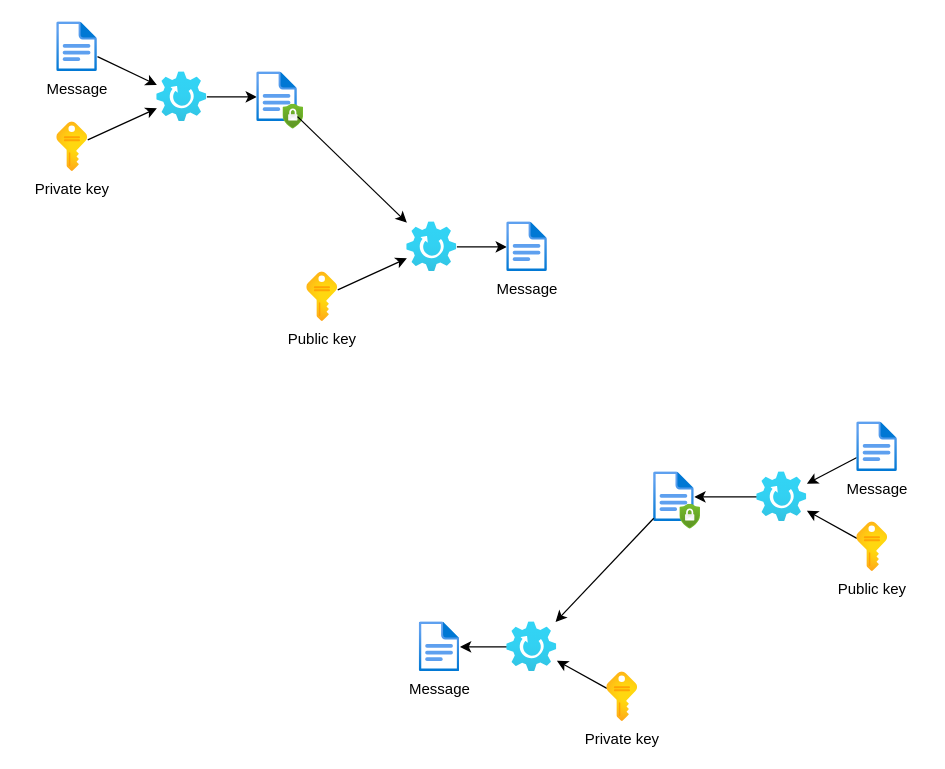
pawel-worwag/certificates keeps this draw.io diagram as page "KeyUsage" (2 of 3) of doc/Diagram bez tytułu.drawio. Above is the earlier version. Source tidied: cells renumbered, new cells numbered last; positions are measured from the earlier drawing's top-left corner, leaving out a move shared by most shapes. Both pictures are drawn from the tidied source at 125%, with x=0, y=0 at pixel (56, 21).
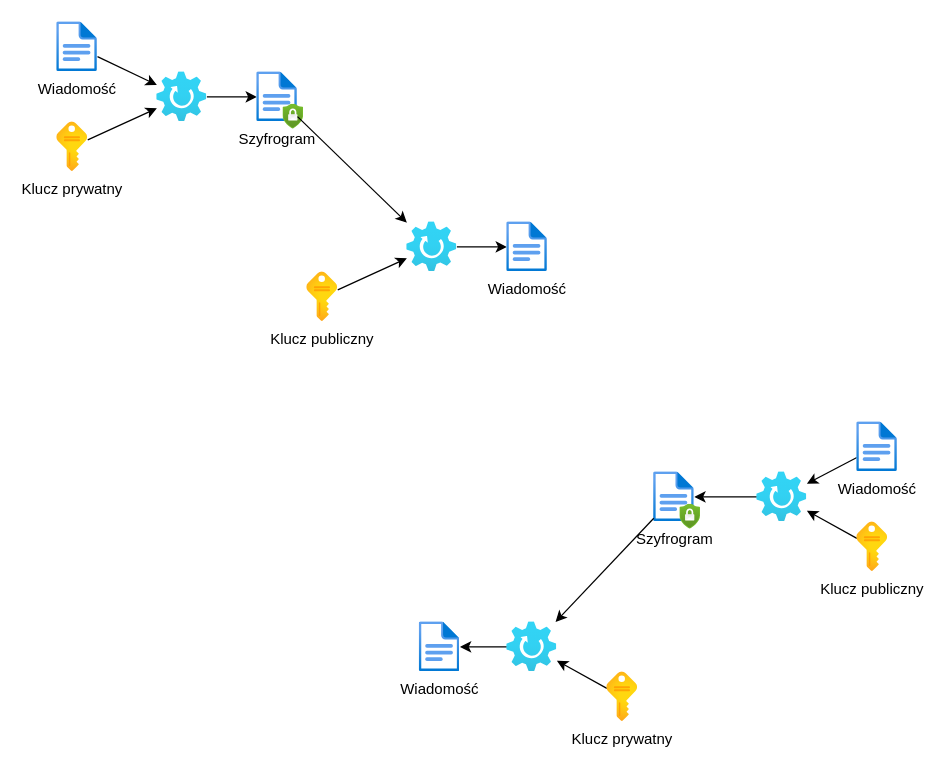
After the change.

Unchanged cells that the change refers to:
```xml
<mxCell id="8" style="group;" parent="1" vertex="1">
  <mxGeometry x="160" y="40" width="37.5" height="46" as="geometry" />
</mxCell>
<mxCell id="23" style="group;" parent="1" vertex="1">
  <mxGeometry x="477.5" y="360" width="37.5" height="46" as="geometry" />
</mxCell>
```

What changed in the source:
```diff
@@
-    <mxCell id="5" value="Message" style="image;html=1;points=[];align=center;fontSize=12;image=img/lib/azure2/general/File.svg;" parent="1" vertex="1">
+    <mxCell id="5" value="Wiadomość" style="image;html=1;points=[];align=center;fontSize=12;image=img/lib/azure2/general/File.svg;" parent="1" vertex="1">
       <mxGeometry width="32.5" height="40" as="geometry" />
     </mxCell>
@@
-    <mxCell id="7" value="Private key" style="image;html=1;points=[];align=center;fontSize=12;image=img/lib/azure2/internet_of_things/Time_Series_Insights_Access_Policies.svg;" parent="1" vertex="1">
+    <mxCell id="7" value="Klucz prywatny" style="image;html=1;points=[];align=center;fontSize=12;image=img/lib/azure2/internet_of_things/Time_Series_Insights_Access_Policies.svg;" parent="1" vertex="1">
       <mxGeometry y="80" width="24.7" height="40" as="geometry" />
     </mxCell>
@@
-    <mxCell id="9" style="image;html=1;points=[];align=center;fontSize=12;image=img/lib/azure2/general/File.svg;" parent="8" vertex="1">
+    <mxCell id="9" value="Szyfrogram" style="image;html=1;points=[];align=center;fontSize=12;image=img/lib/azure2/general/File.svg;" parent="8" vertex="1">
       <mxGeometry width="32.5" height="40" as="geometry" />
     </mxCell>
@@
-    <mxCell id="13" value="Message" style="image;html=1;points=[];align=center;fontSize=12;image=img/lib/azure2/general/File.svg;" parent="1" vertex="1">
+    <mxCell id="13" value="Wiadomość" style="image;html=1;points=[];align=center;fontSize=12;image=img/lib/azure2/general/File.svg;" parent="1" vertex="1">
       <mxGeometry x="360" y="160" width="32.5" height="40" as="geometry" />
     </mxCell>
@@
-    <mxCell id="15" value="Public key" style="image;html=1;points=[];align=center;fontSize=12;image=img/lib/azure2/internet_of_things/Time_Series_Insights_Access_Policies.svg;" parent="1" vertex="1">
+    <mxCell id="15" value="Klucz publiczny" style="image;html=1;points=[];align=center;fontSize=12;image=img/lib/azure2/internet_of_things/Time_Series_Insights_Access_Policies.svg;" parent="1" vertex="1">
       <mxGeometry x="200" y="200" width="24.7" height="40" as="geometry" />
     </mxCell>
@@
-    <mxCell id="20" value="Message" style="image;html=1;points=[];align=center;fontSize=12;image=img/lib/azure2/general/File.svg;" parent="1" vertex="1">
+    <mxCell id="20" value="Wiadomość" style="image;html=1;points=[];align=center;fontSize=12;image=img/lib/azure2/general/File.svg;" parent="1" vertex="1">
       <mxGeometry x="640" y="320" width="32.5" height="40" as="geometry" />
     </mxCell>
@@
-    <mxCell id="22" value="Public key" style="image;html=1;points=[];align=center;fontSize=12;image=img/lib/azure2/internet_of_things/Time_Series_Insights_Access_Policies.svg;" parent="1" vertex="1">
+    <mxCell id="22" value="Klucz publiczny" style="image;html=1;points=[];align=center;fontSize=12;image=img/lib/azure2/internet_of_things/Time_Series_Insights_Access_Policies.svg;" parent="1" vertex="1">
       <mxGeometry x="640" y="400" width="24.7" height="40" as="geometry" />
     </mxCell>
@@
-    <mxCell id="24" style="image;html=1;points=[];align=center;fontSize=12;image=img/lib/azure2/general/File.svg;" parent="23" vertex="1">
+    <mxCell id="24" value="Szyfrogram" style="image;html=1;points=[];align=center;fontSize=12;image=img/lib/azure2/general/File.svg;" parent="23" vertex="1">
       <mxGeometry width="32.5" height="40" as="geometry" />
     </mxCell>
@@
-    <mxCell id="28" value="Message" style="image;html=1;points=[];align=center;fontSize=12;image=img/lib/azure2/general/File.svg;" parent="1" vertex="1">
+    <mxCell id="28" value="Wiadomość" style="image;html=1;points=[];align=center;fontSize=12;image=img/lib/azure2/general/File.svg;" parent="1" vertex="1">
       <mxGeometry x="290" y="480" width="32.5" height="40" as="geometry" />
     </mxCell>
@@
-    <mxCell id="30" value="Private key" style="image;html=1;points=[];align=center;fontSize=12;image=img/lib/azure2/internet_of_things/Time_Series_Insights_Access_Policies.svg;" parent="1" vertex="1">
+    <mxCell id="30" value="Klucz prywatny" style="image;html=1;points=[];align=center;fontSize=12;image=img/lib/azure2/internet_of_things/Time_Series_Insights_Access_Policies.svg;" parent="1" vertex="1">
       <mxGeometry x="440" y="520" width="24.7" height="40" as="geometry" />
     </mxCell>
```
